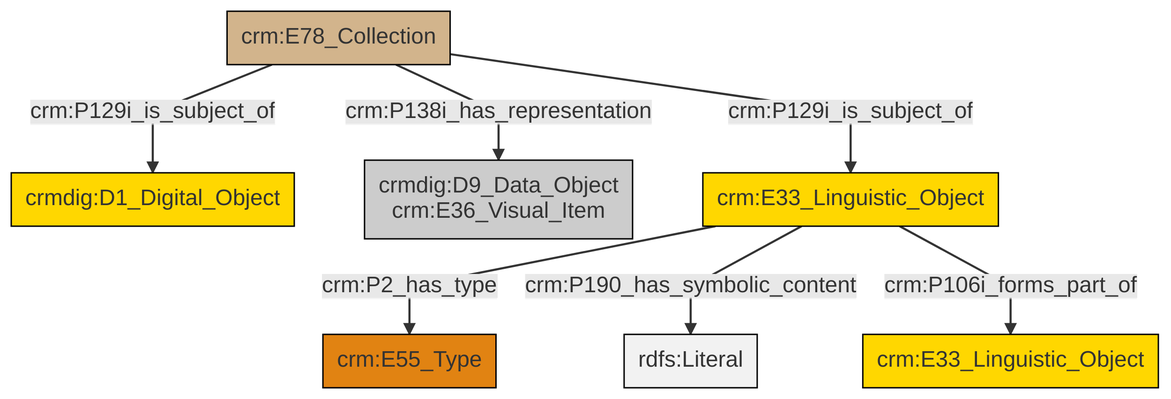
The Mermaid diagram et/archivalCSV/ttl/mmd/png/archival_docs.png in swiss-art-research-net/docs.swissartresearch, before a commit. Its source is kept beside it as et/archivalCSV/ttl/mmd/archival_docs.ttl.mmd. Its diagram source:
```mermaid
graph TD
classDef Literal fill:#f2f2f2,stroke:#000000;
classDef CRM_Entity fill:#FFFFFF,stroke:#000000;
classDef Temporal_Entity fill:#00C9E6, stroke:#000000;
classDef Type fill:#E18312, stroke:#000000;
classDef Time-Span fill:#2C9C91, stroke:#000000;
classDef Appellation fill:#FFEB7F, stroke:#000000;
classDef Place fill:#008836, stroke:#000000;
classDef Persistent_Item fill:#B266B2, stroke:#000000;
classDef Conceptual_Object fill:#FFD700, stroke:#000000;
classDef Physical_Thing fill:#D2B48C, stroke:#000000;
classDef Actor fill:#f58aad, stroke:#000000;
classDef PC_Classes fill:#4ce600, stroke:#000000;
classDef Multi fill:#cccccc,stroke:#000000;

2["crm:E78_Collection"]:::Physical_Thing -->|crm:P129i_is_subject_of| 0["crmdig:D1_Digital_Object"]:::Conceptual_Object
2["crm:E78_Collection"]:::Physical_Thing -->|crm:P138i_has_representation| 4["crmdig:D9_Data_Object<br>crm:E36_Visual_Item"]:::Multi
6["crm:E33_Linguistic_Object"]:::Conceptual_Object -->|crm:P2_has_type| 8["crm:E55_Type"]:::Type
6["crm:E33_Linguistic_Object"]:::Conceptual_Object -->|crm:P190_has_symbolic_content| 13[rdfs:Literal]:::Literal
2["crm:E78_Collection"]:::Physical_Thing -->|crm:P129i_is_subject_of| 6["crm:E33_Linguistic_Object"]:::Conceptual_Object
6["crm:E33_Linguistic_Object"]:::Conceptual_Object -->|crm:P106i_forms_part_of| 11["crm:E33_Linguistic_Object"]:::Conceptual_Object
```
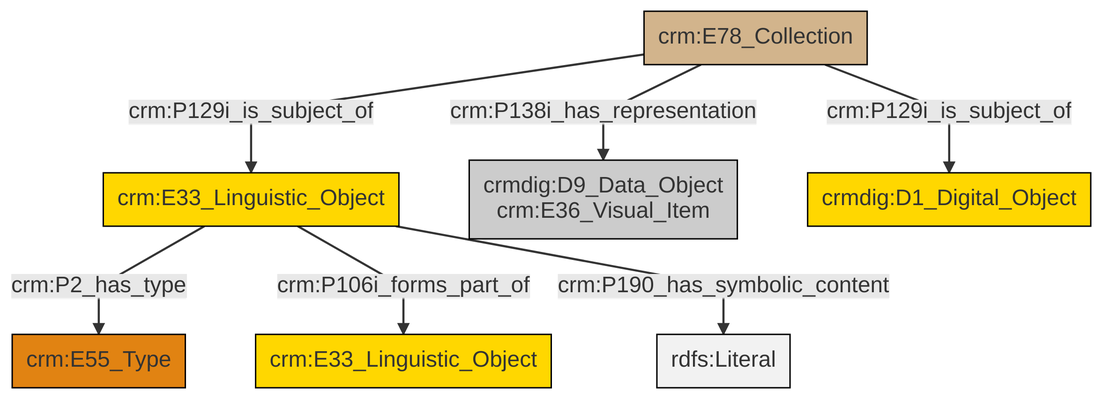
Above is the later version.

The edit, as a diff of the source:
```diff
@@ -13,9 +13,9 @@
 classDef PC_Classes fill:#4ce600, stroke:#000000;
 classDef Multi fill:#cccccc,stroke:#000000;
 
-2["crm:E78_Collection"]:::Physical_Thing -->|crm:P129i_is_subject_of| 0["crmdig:D1_Digital_Object"]:::Conceptual_Object
-2["crm:E78_Collection"]:::Physical_Thing -->|crm:P138i_has_representation| 4["crmdig:D9_Data_Object<br>crm:E36_Visual_Item"]:::Multi
-6["crm:E33_Linguistic_Object"]:::Conceptual_Object -->|crm:P2_has_type| 8["crm:E55_Type"]:::Type
-6["crm:E33_Linguistic_Object"]:::Conceptual_Object -->|crm:P190_has_symbolic_content| 13[rdfs:Literal]:::Literal
-2["crm:E78_Collection"]:::Physical_Thing -->|crm:P129i_is_subject_of| 6["crm:E33_Linguistic_Object"]:::Conceptual_Object
-6["crm:E33_Linguistic_Object"]:::Conceptual_Object -->|crm:P106i_forms_part_of| 11["crm:E33_Linguistic_Object"]:::Conceptual_Object
+0["crm:E33_Linguistic_Object"]:::Conceptual_Object -->|crm:P2_has_type| 2["crm:E55_Type"]:::Type
+6["crm:E78_Collection"]:::Physical_Thing -->|crm:P138i_has_representation| 4["crmdig:D9_Data_Object<br>crm:E36_Visual_Item"]:::Multi
+6["crm:E78_Collection"]:::Physical_Thing -->|crm:P129i_is_subject_of| 0["crm:E33_Linguistic_Object"]:::Conceptual_Object
+0["crm:E33_Linguistic_Object"]:::Conceptual_Object -->|crm:P106i_forms_part_of| 7["crm:E33_Linguistic_Object"]:::Conceptual_Object
+0["crm:E33_Linguistic_Object"]:::Conceptual_Object -->|crm:P190_has_symbolic_content| 9[rdfs:Literal]:::Literal
+6["crm:E78_Collection"]:::Physical_Thing -->|crm:P129i_is_subject_of| 13["crmdig:D1_Digital_Object"]:::Conceptual_Object
```
